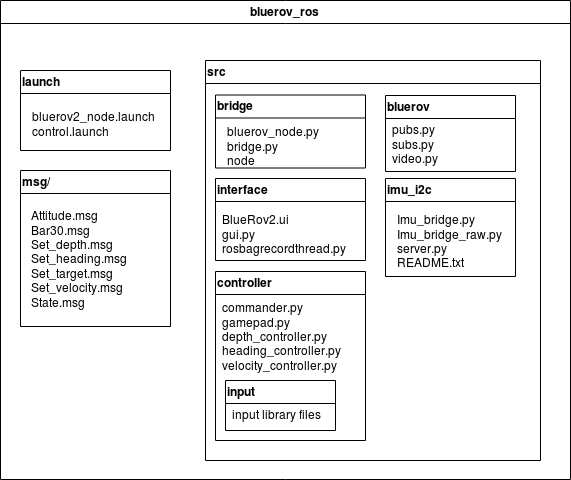
Above: .gitbook/assets/rospckgfilesystem.png in nathanfourniol/gitbook-acolor-bluerov2 (draw.io), before the change. Source tidied: cells renumbered, new cells last; positions are measured from the earlier drawing's top-left corner, leaving out a move shared by most shapes. Its diagram source:
```xml
<mxGraphModel>
  <root>
    <mxCell id="0" />
    <mxCell id="1" parent="0" />
    <mxCell id="2" value="bluerov_ros" style="swimlane;align=center;" parent="1" vertex="1">
      <mxGeometry width="570" height="479" as="geometry" />
    </mxCell>
    <mxCell id="3" value="launch" style="swimlane;align=left;startSize=23;" parent="2" vertex="1">
      <mxGeometry x="20" y="70" width="150" height="80" as="geometry" />
    </mxCell>
    <mxCell id="4" value="&lt;div&gt;bluerov2_node.launch&lt;/div&gt;&lt;div&gt;control.launch&lt;/div&gt;" style="text;html=1;" parent="3" vertex="1">
      <mxGeometry x="10" y="32.5" width="230" height="30" as="geometry" />
    </mxCell>
    <mxCell id="5" value="msg/" style="swimlane;align=left;" parent="2" vertex="1">
      <mxGeometry x="20" y="170" width="150" height="156" as="geometry" />
    </mxCell>
    <mxCell id="6" value="&lt;div&gt;&lt;div align=&quot;left&quot;&gt;Attitude.msg&lt;/div&gt;&lt;div&gt;Bar30.msg&lt;/div&gt;&lt;div&gt;Set_depth.msg&lt;/div&gt;&lt;div&gt;Set_heading.msg&lt;/div&gt;&lt;div&gt;Set_target.msg&lt;/div&gt;&lt;div&gt;Set_velocity.msg&lt;/div&gt;&lt;div&gt;State.msg&lt;br&gt;&lt;/div&gt;&lt;/div&gt;" style="text;html=1;" parent="5" vertex="1">
      <mxGeometry x="9" y="31.5" width="230" height="110" as="geometry" />
    </mxCell>
    <mxCell id="7" value="src" style="swimlane;align=left;" parent="2" vertex="1">
      <mxGeometry x="205" y="60" width="335" height="400" as="geometry" />
    </mxCell>
    <mxCell id="8" value="bridge" style="swimlane;align=left;" parent="7" vertex="1">
      <mxGeometry x="10" y="34.5" width="150" height="73" as="geometry" />
    </mxCell>
    <mxCell id="9" value="&lt;div&gt;bluerov_node.py&lt;/div&gt;&lt;div&gt;bridge.py&lt;/div&gt;&lt;div&gt;node&lt;br&gt;&lt;/div&gt;" style="text;html=1;align=left;verticalAlign=top;spacingTop=-4;" parent="8" vertex="1">
      <mxGeometry x="10" y="27" width="110" height="40" as="geometry" />
    </mxCell>
    <mxCell id="10" value="interface" style="swimlane;align=left;" parent="7" vertex="1">
      <mxGeometry x="10" y="118" width="150" height="82" as="geometry" />
    </mxCell>
    <mxCell id="11" value="&lt;div&gt;BlueRov2.ui&lt;/div&gt;&lt;div&gt;gui.py&lt;/div&gt;&lt;div&gt;rosbagrecordthread.py&lt;br&gt;&lt;/div&gt;" style="text;html=1;align=left;verticalAlign=top;spacingTop=-4;" parent="10" vertex="1">
      <mxGeometry x="5" y="32" width="140" height="40" as="geometry" />
    </mxCell>
    <mxCell id="12" value="bluerov" style="swimlane;align=left;" parent="7" vertex="1">
      <mxGeometry x="180" y="35" width="130" height="76" as="geometry" />
    </mxCell>
    <mxCell id="13" value="&lt;div&gt;pubs.py&lt;/div&gt;&lt;div&gt;subs.py&lt;/div&gt;&lt;div&gt;video.py&lt;/div&gt;" style="text;html=1;" parent="12" vertex="1">
      <mxGeometry x="5" y="20.5" width="160" height="55" as="geometry" />
    </mxCell>
    <mxCell id="14" value="imu_i2c" style="swimlane;align=left;" parent="7" vertex="1">
      <mxGeometry x="180" y="118" width="130" height="98" as="geometry" />
    </mxCell>
    <mxCell id="15" value="&lt;div&gt;Imu_bridge.py&lt;/div&gt;&lt;div&gt;Imu_bridge_raw.py&lt;/div&gt;&lt;div&gt;server.py&lt;/div&gt;README.txt" style="text;html=1;align=left;verticalAlign=top;spacingTop=-4;" parent="14" vertex="1">
      <mxGeometry x="10" y="32.5" width="120" height="60" as="geometry" />
    </mxCell>
    <mxCell id="16" value="controller" style="swimlane;align=left;" parent="7" vertex="1">
      <mxGeometry x="10" y="211" width="150" height="169" as="geometry" />
    </mxCell>
    <mxCell id="17" value="&lt;div&gt;commander.py&lt;/div&gt;&lt;div&gt;gamepad.py&lt;/div&gt;&lt;div&gt;depth_controller.py&lt;/div&gt;&lt;div&gt;heading_controller.py&lt;/div&gt;&lt;div&gt;velocity_controller.py&lt;br&gt;&lt;/div&gt;" style="text;html=1;align=left;verticalAlign=top;spacingTop=-4;" parent="16" vertex="1">
      <mxGeometry x="5" y="27.5" width="130" height="70" as="geometry" />
    </mxCell>
    <mxCell id="18" value="input" style="swimlane;align=left;" parent="16" vertex="1">
      <mxGeometry x="10" y="109" width="110" height="50" as="geometry" />
    </mxCell>
    <mxCell id="19" value="input library files" style="text;html=1;align=left;verticalAlign=top;spacingTop=-4;" parent="18" vertex="1">
      <mxGeometry x="5" y="25" width="100" height="20" as="geometry" />
    </mxCell>
  </root>
</mxGraphModel>
```
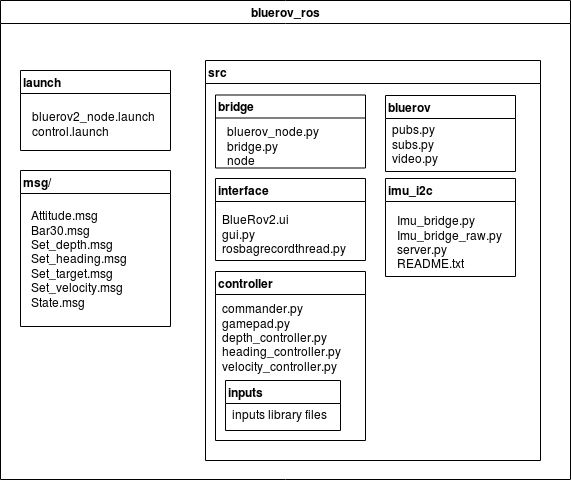
After the change.

Change to the diagram source:
```diff
@@ -50,11 +50,11 @@
     <mxCell id="17" value="&lt;div&gt;commander.py&lt;/div&gt;&lt;div&gt;gamepad.py&lt;/div&gt;&lt;div&gt;depth_controller.py&lt;/div&gt;&lt;div&gt;heading_controller.py&lt;/div&gt;&lt;div&gt;velocity_controller.py&lt;br&gt;&lt;/div&gt;" style="text;html=1;align=left;verticalAlign=top;spacingTop=-4;" parent="16" vertex="1">
       <mxGeometry x="5" y="27.5" width="130" height="70" as="geometry" />
     </mxCell>
-    <mxCell id="18" value="input" style="swimlane;align=left;" parent="16" vertex="1">
-      <mxGeometry x="10" y="109" width="110" height="50" as="geometry" />
+    <mxCell id="18" value="inputs" style="swimlane;align=left;" parent="16" vertex="1">
+      <mxGeometry x="10" y="109" width="115" height="50" as="geometry" />
     </mxCell>
-    <mxCell id="19" value="input library files" style="text;html=1;align=left;verticalAlign=top;spacingTop=-4;" parent="18" vertex="1">
-      <mxGeometry x="5" y="25" width="100" height="20" as="geometry" />
+    <mxCell id="19" value="inputs library files" style="text;html=1;align=left;verticalAlign=top;spacingTop=-4;" parent="18" vertex="1">
+      <mxGeometry x="5" y="25" width="110" height="20" as="geometry" />
     </mxCell>
   </root>
 </mxGraphModel>
```
